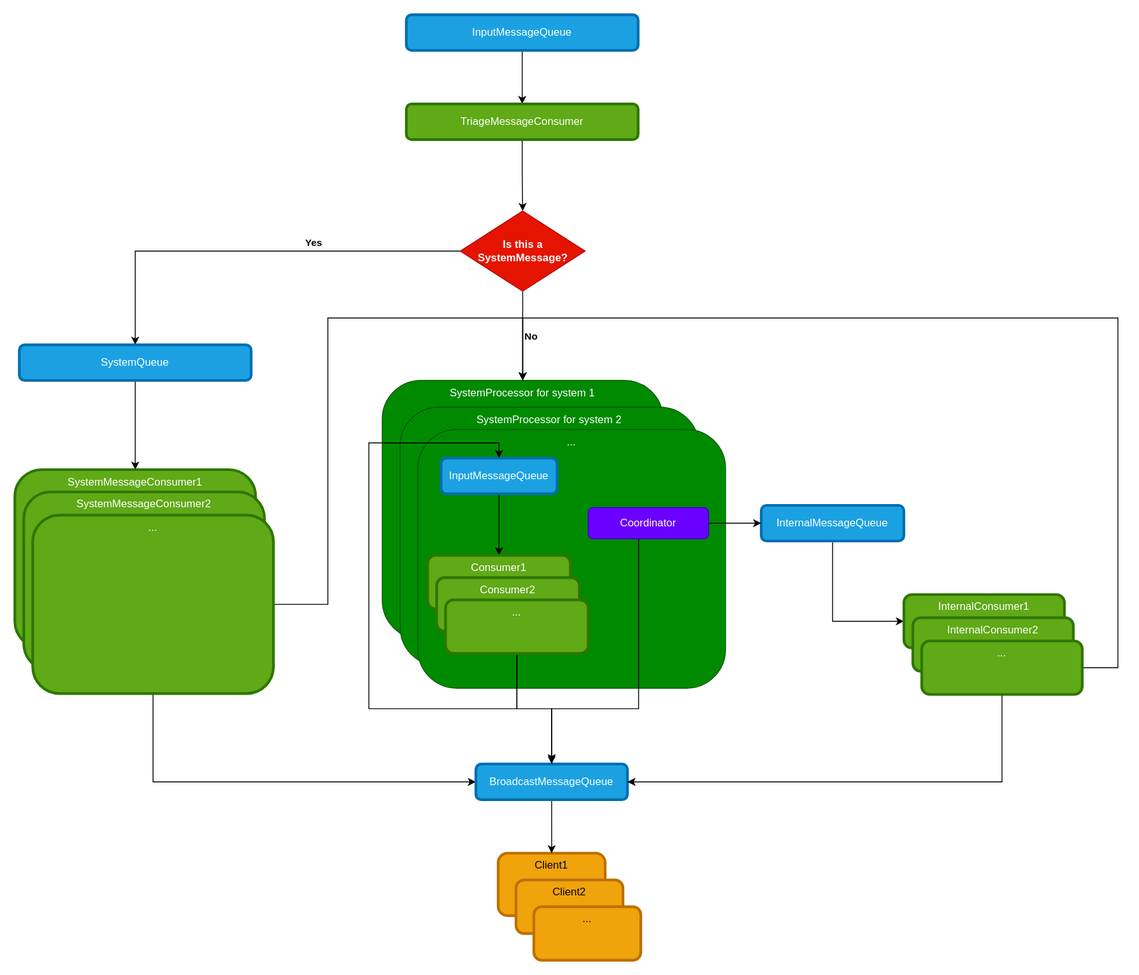
Earlier version of the draw.io export resources/messaging-system.svg (Knoblauchpilze/bsgalone). Source tidied: cells renumbered, new cells last; positions are measured from the earlier drawing's top-left corner, leaving out a move shared by most shapes.
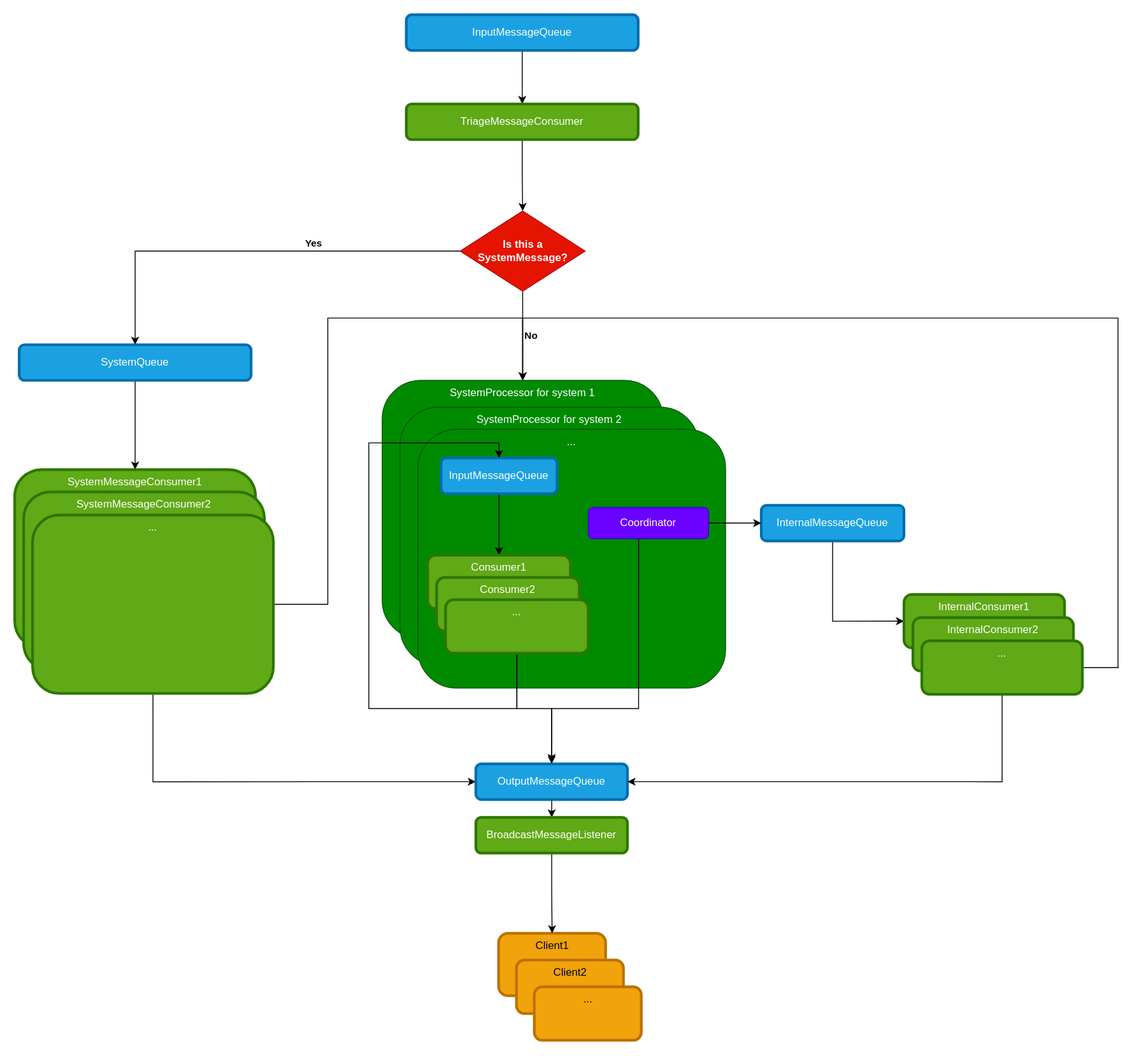
Later version of the same file.

Diff of the diagram source:
```diff
@@ -29,7 +29,7 @@
       <mxGeometry x="412" y="410" width="315" height="290" as="geometry" />
     </mxCell>
     <mxCell id="10" value="Client1" style="rounded=1;whiteSpace=wrap;html=1;fillColor=#f0a30a;fontColor=#000000;strokeColor=#BD7000;strokeWidth=3;verticalAlign=top;" parent="1" vertex="1">
-      <mxGeometry x="542" y="940" width="120" height="70" as="geometry" />
+      <mxGeometry x="542.5" y="1030" width="120" height="70" as="geometry" />
     </mxCell>
     <mxCell id="11" style="edgeStyle=orthogonalEdgeStyle;rounded=0;jettySize=auto;html=1;" parent="1" edge="1" source="12" target="15">
       <mxGeometry relative="1" as="geometry" />
@@ -68,10 +68,10 @@
     <mxCell id="19" value="..." style="rounded=1;whiteSpace=wrap;html=1;fillColor=#60a917;fontColor=light-dark(#FFFFFF,#FFFFFF);strokeColor=#2D7600;strokeWidth=3;verticalAlign=top;" parent="1" vertex="1">
       <mxGeometry x="20" y="561" width="270" height="200" as="geometry" />
     </mxCell>
-    <mxCell id="20" style="edgeStyle=orthogonalEdgeStyle;rounded=0;jettySize=auto;html=1;entryX=0.5;entryY=0;entryDx=0;entryDy=0;" parent="1" edge="1" source="21" target="10">
-      <mxGeometry relative="1" as="geometry" />
-    </mxCell>
+    <mxCell id="43" style="edgeStyle=orthogonalEdgeStyle;rounded=0;jettySize=auto;html=1;entryX=0.5;entryY=0;entryDx=0;entryDy=0;" parent="1" edge="1" source="21" target="45">
+      <mxGeometry relative="1" as="geometry" />
+    </mxCell>
-    <mxCell id="21" value="BroadcastMessageQueue" style="rounded=1;whiteSpace=wrap;html=1;fillColor=#1ba1e2;fontColor=light-dark(#FFFFFF,#FFFFFF);strokeColor=#006EAF;strokeWidth=3;" parent="1" vertex="1">
+    <mxCell id="21" value="OutputMessageQueue" style="rounded=1;whiteSpace=wrap;html=1;fillColor=#1ba1e2;fontColor=light-dark(#FFFFFF,#FFFFFF);strokeColor=#006EAF;strokeWidth=3;" parent="1" vertex="1">
       <mxGeometry x="517" y="840" width="170" height="40" as="geometry" />
     </mxCell>
     <mxCell id="22" style="edgeStyle=orthogonalEdgeStyle;rounded=0;jettySize=auto;html=1;entryX=0;entryY=0.5;entryDx=0;entryDy=0;" parent="1" edge="1" source="23" target="33">
@@ -141,10 +141,10 @@
       <mxGeometry x="1017" y="702" width="180" height="60" as="geometry" />
     </mxCell>
     <mxCell id="38" value="Client2" style="rounded=1;whiteSpace=wrap;html=1;fillColor=#f0a30a;fontColor=#000000;strokeColor=#BD7000;strokeWidth=3;verticalAlign=top;" parent="1" vertex="1">
-      <mxGeometry x="562" y="970" width="120" height="60" as="geometry" />
+      <mxGeometry x="562.5" y="1060" width="120" height="60" as="geometry" />
     </mxCell>
     <mxCell id="39" value="..." style="rounded=1;whiteSpace=wrap;html=1;fillColor=#f0a30a;fontColor=#000000;strokeColor=#BD7000;strokeWidth=3;verticalAlign=top;" parent="1" vertex="1">
-      <mxGeometry x="582" y="1000" width="120" height="60" as="geometry" />
+      <mxGeometry x="582.5" y="1090" width="120" height="60" as="geometry" />
     </mxCell>
     <mxCell id="40" style="edgeStyle=orthogonalEdgeStyle;rounded=0;jettySize=auto;html=1;entryX=0;entryY=0.5;entryDx=0;entryDy=0;" parent="1" edge="1" source="42" target="23">
       <mxGeometry relative="1" as="geometry" />
@@ -162,5 +162,11 @@
     <mxCell id="42" value="Coordinator" style="rounded=1;whiteSpace=wrap;html=1;fillColor=light-dark(#6A00FF,#6A00FF);fontColor=#ffffff;strokeColor=#3700CC;" parent="1" vertex="1">
       <mxGeometry x="643" y="552.5" width="135" height="35" as="geometry" />
     </mxCell>
+    <mxCell id="44" style="edgeStyle=orthogonalEdgeStyle;rounded=0;jettySize=auto;html=1;entryX=0.5;entryY=0;entryDx=0;entryDy=0;" parent="1" edge="1" source="45" target="10">
+      <mxGeometry relative="1" as="geometry" />
+    </mxCell>
+    <mxCell id="45" value="BroadcastMessageListener" style="rounded=1;whiteSpace=wrap;html=1;fillColor=#60a917;fontColor=light-dark(#FFFFFF,#FFFFFF);strokeColor=#2D7600;strokeWidth=3;" parent="1" vertex="1">
+      <mxGeometry x="517" y="900" width="170" height="40" as="geometry" />
+    </mxCell>
   </root>
 </mxGraphModel>
```
